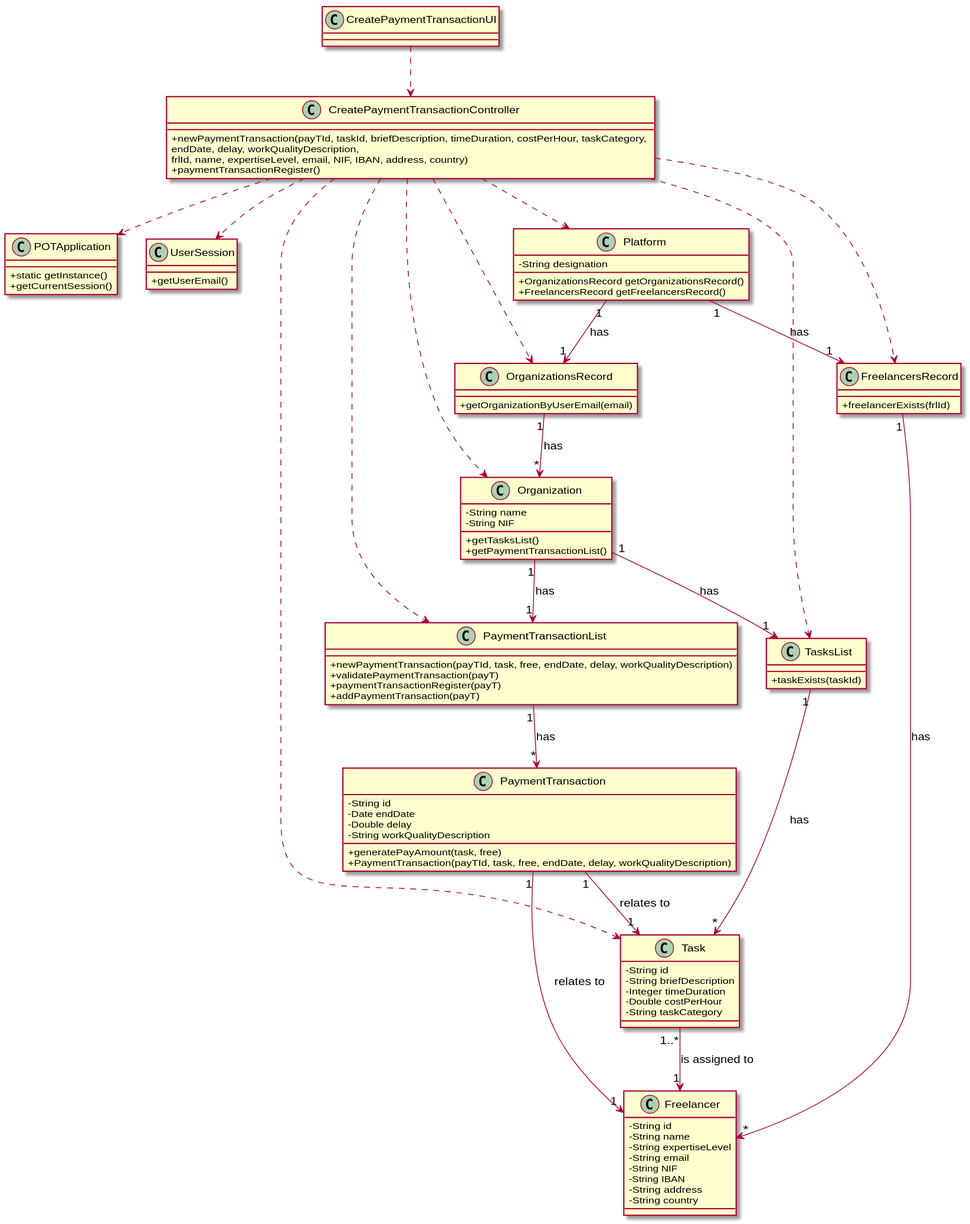
The PlantUML diagram docs/UC3 - Create Payment Transaction/UC3_CD.svg in pedrolemos4/LAPR2, before a commit.
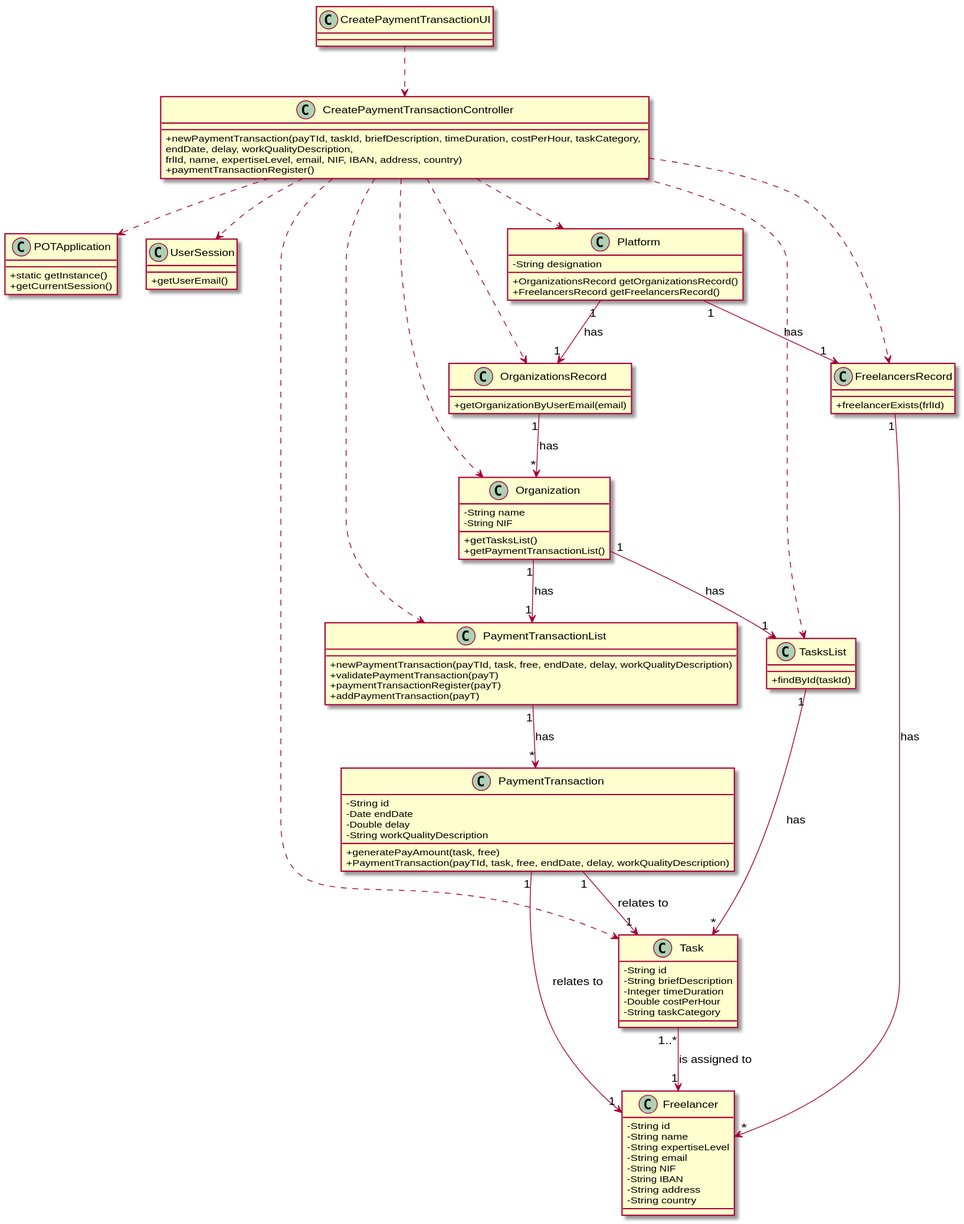
The same diagram one commit later.

Diff of the diagram source:
```diff
@@ -40,7 +40,7 @@
 }
 
 class TasksList {
-  +taskExists(taskId)
+  +findById(taskId)
 }
 
 class Platform {
```
